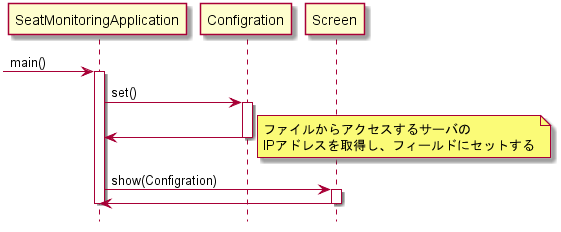
KeisukeSugita/Seat-monitoring-system keeps this PlantUML diagram as doc/詳細設計/詳細設計書/構成図/座席監視アプリ起動シーケンス図.png. Above is the earlier version.
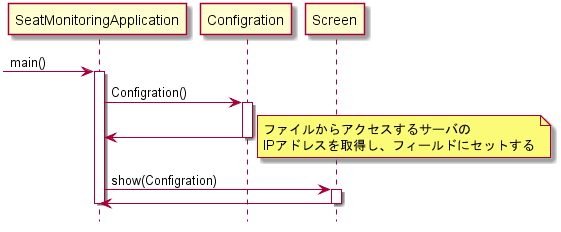
The same diagram one commit later.

What changed in the source:
```diff
@@ -7,7 +7,7 @@
 
 -> SeatMonitoringApplication :main()
 activate SeatMonitoringApplication
-SeatMonitoringApplication -> Configration : set()
+SeatMonitoringApplication -> Configration : Configration()
 activate Configration
 SeatMonitoringApplication <- Configration
 deactivate Configration
```
